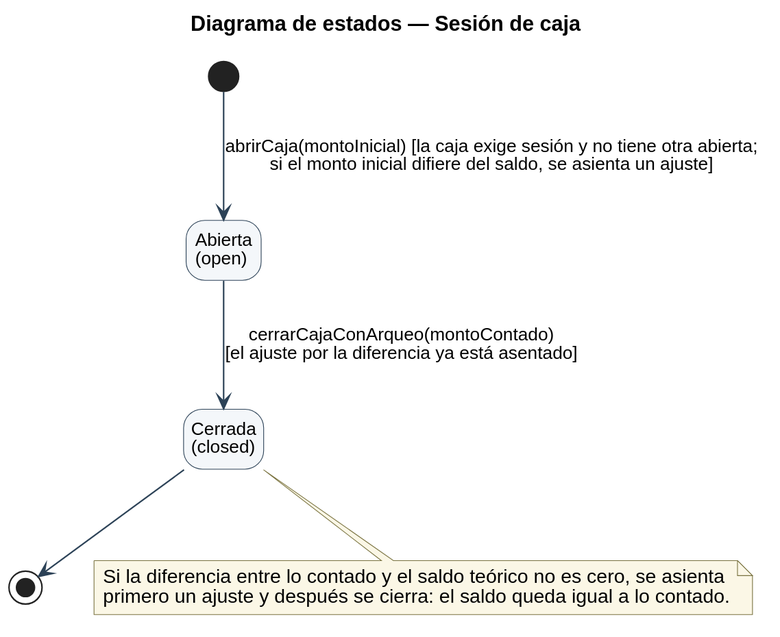
Earlier version of the PlantUML export diagramas/uml/UML_Estados_SesionDeCaja.svg (Nahuelito-Dev/splg-docs). The source it was exported from:
```plantuml
@startuml
title Diagrama de estados — Sesión de caja
skinparam backgroundColor #FFFFFF
skinparam shadowing false
skinparam defaultFontName Helvetica
skinparam defaultFontSize 13
skinparam dpi 150
skinparam ArrowColor #2C4257
skinparam state {
  BorderColor #2C4257
  BackgroundColor #F4F7FA
  StartColor #2C4257
  EndColor #2C4257
  AttributeFontSize 12
}
skinparam ArrowFontSize 12
skinparam NoteBackgroundColor #FBF7E6
skinparam NoteBorderColor #7A7340
hide empty description
state "Abierta\n(open)" as ABI
state "Cerrada\n(closed)" as CER

[*] --> ABI : abrirCaja(montoInicial) [la caja exige sesión y no tiene otra abierta;\nsi el monto inicial difiere del saldo, se asienta un ajuste]
ABI --> CER : cerrarCajaConArqueo(montoContado)\n[el ajuste por la diferencia ya está asentado]
CER --> [*]

note bottom of CER
  Si la diferencia entre lo contado y el saldo teórico no es cero, se asienta
  primero un ajuste y después se cierra: el saldo queda igual a lo contado.
end note
@enduml
```
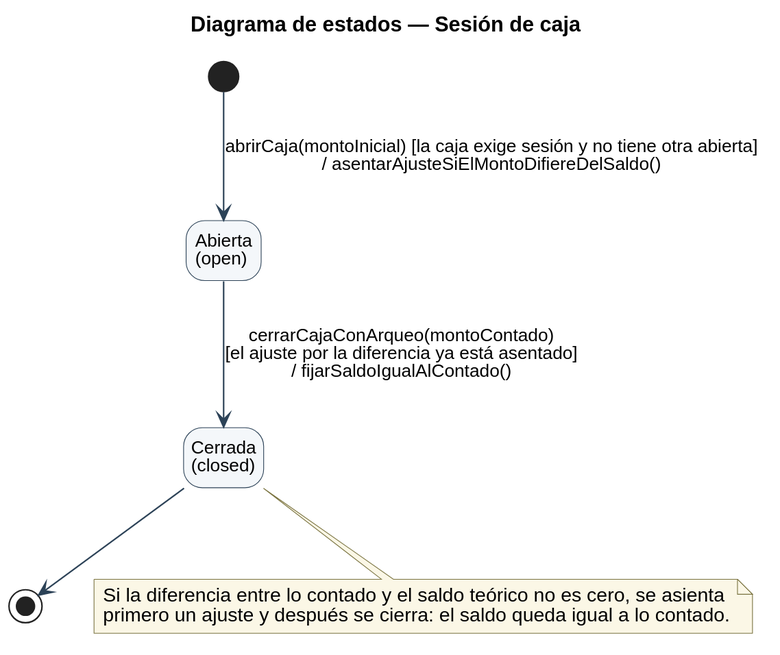
Above is the later version.

What changed in the source:
```diff
@@ -20,8 +20,8 @@
 state "Abierta\n(open)" as ABI
 state "Cerrada\n(closed)" as CER
 
-[*] --> ABI : abrirCaja(montoInicial) [la caja exige sesión y no tiene otra abierta;\nsi el monto inicial difiere del saldo, se asienta un ajuste]
-ABI --> CER : cerrarCajaConArqueo(montoContado)\n[el ajuste por la diferencia ya está asentado]
+[*] --> ABI : abrirCaja(montoInicial) [la caja exige sesión y no tiene otra abierta]\n/ asentarAjusteSiElMontoDifiereDelSaldo()
+ABI --> CER : cerrarCajaConArqueo(montoContado)\n[el ajuste por la diferencia ya está asentado]\n/ fijarSaldoIgualAlContado()
 CER --> [*]
 
 note bottom of CER
```
